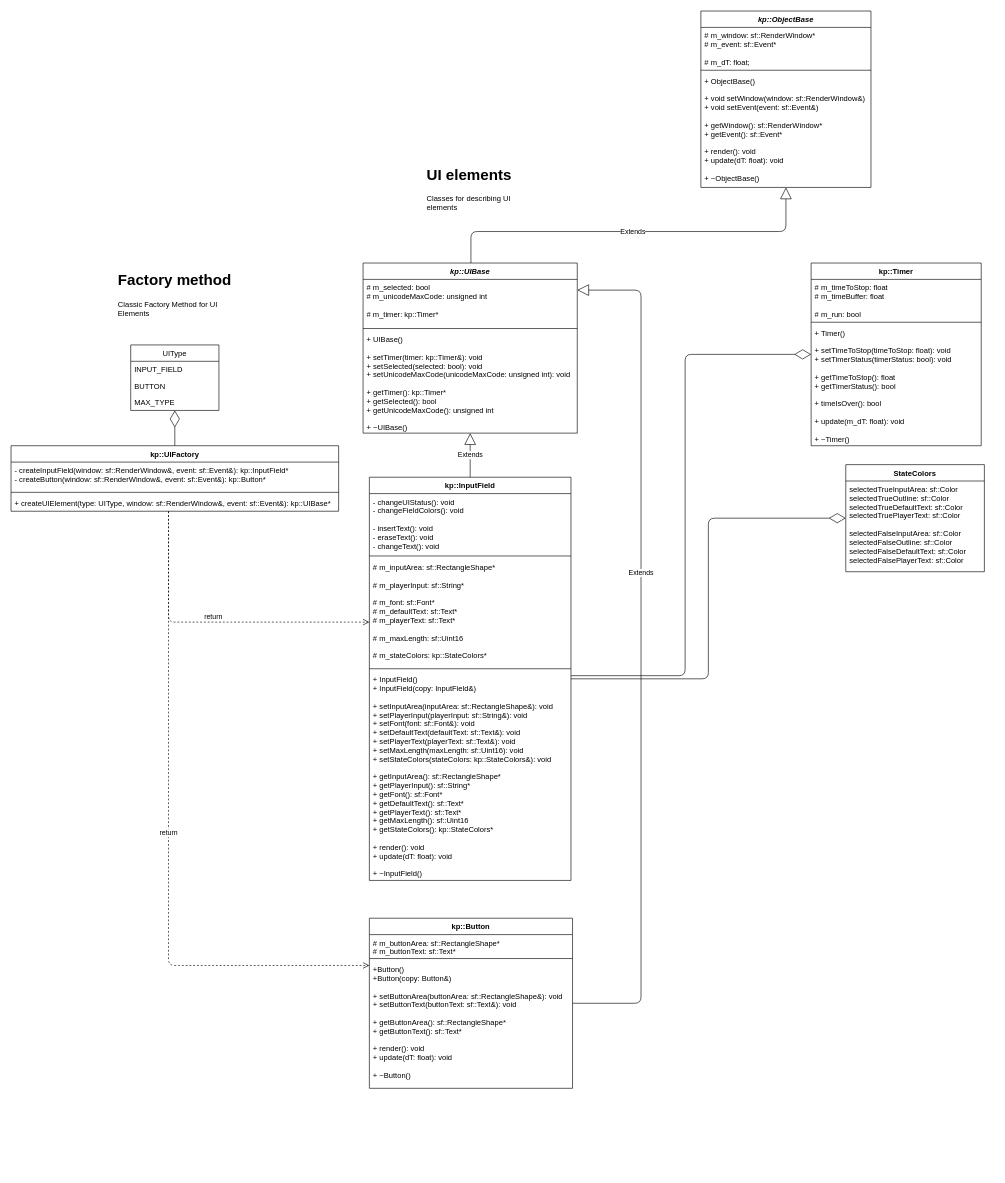
This is diagrams/class_diagram.drawio from kolyshek/to_the_bottom_sfml, a draw.io file, before an edit. Source tidied: cells renumbered, new cells numbered last; positions are measured from the earlier drawing's top-left corner, leaving out a move shared by most shapes. Both pictures are drawn from the tidied source at 63%, with x=0, y=0 at pixel (11, 11).
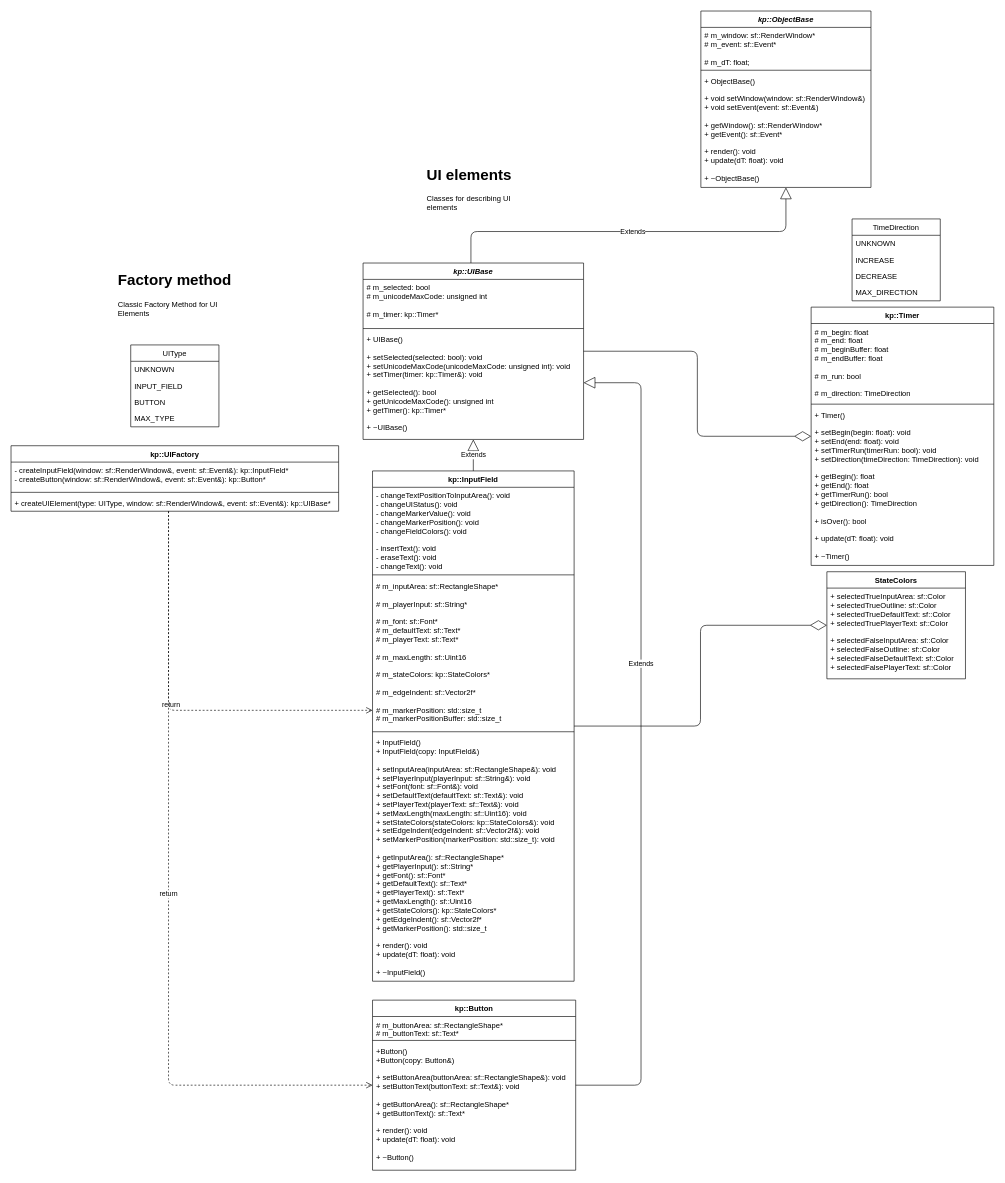
After the change.

Commit message (it also covers changes not shown here):
Updating the InputFeld Class and Companion Classes

Unchanged cells that the change refers to:
```xml
<mxCell id="20" value="kp::UIFactory" style="swimlane;fontStyle=1;align=center;verticalAlign=top;horizontal=1;startSize=26;" parent="1" vertex="1">
  <mxGeometry y="690" width="520" height="104" as="geometry" />
</mxCell>
```

Change to the diagram source:
```diff
@@
     <mxCell id="6" value="kp::UIBase" style="swimlane;fontStyle=3;align=center;verticalAlign=top;horizontal=1;startSize=26;" parent="1" vertex="1">
-      <mxGeometry x="558.8" y="400" width="340" height="270" as="geometry" />
+      <mxGeometry x="558.8" y="400" width="350" height="280" as="geometry" />
     </mxCell>
     <mxCell id="7" value="# m_selected: bool&#10;# m_unicodeMaxCode: unsigned int&#10;&#10;# m_timer: kp::Timer*" style="text;strokeColor=none;fillColor=none;align=left;verticalAlign=top;spacingLeft=4;spacingRight=4;overflow=hidden;" parent="6" vertex="1">
-      <mxGeometry y="26" width="340" height="74" as="geometry" />
+      <mxGeometry y="26" width="350" height="74" as="geometry" />
     </mxCell>
     <mxCell id="8" style="line;strokeWidth=1;fillColor=none;align=left;verticalAlign=middle;spacingTop=-1;spacingLeft=3;spacingRight=3;labelPosition=right;" parent="6" vertex="1">
-      <mxGeometry y="100" width="340" height="8" as="geometry" />
+      <mxGeometry y="100" width="350" height="8" as="geometry" />
     </mxCell>
-    <mxCell id="9" value="+ UIBase()&#10;&#10;+ setTimer(timer: kp::Timer&amp;): void&#10;+ setSelected(selected: bool): void&#10;+ setUnicodeMaxCode(unicodeMaxCode: unsigned int): void&#10;&#10;+ getTimer(): kp::Timer*&#10;+ getSelected(): bool&#10;+ getUnicodeMaxCode(): unsigned int&#10;&#10;+ ~UIBase()" style="text;strokeColor=none;fillColor=none;align=left;verticalAlign=top;spacingLeft=4;spacingRight=4;overflow=hidden;" parent="6" vertex="1">
-      <mxGeometry y="108" width="340" height="162" as="geometry" />
+    <mxCell id="9" value="+ UIBase()&#10;&#10;+ setSelected(selected: bool): void&#10;+ setUnicodeMaxCode(unicodeMaxCode: unsigned int): void&#10;+ setTimer(timer: kp::Timer&amp;): void&#10;&#10;+ getSelected(): bool&#10;+ getUnicodeMaxCode(): unsigned int&#10;+ getTimer(): kp::Timer*&#10;&#10;+ ~UIBase()" style="text;strokeColor=none;fillColor=none;align=left;verticalAlign=top;spacingLeft=4;spacingRight=4;overflow=hidden;" parent="6" vertex="1">
+      <mxGeometry y="108" width="350" height="172" as="geometry" />
     </mxCell>
     <mxCell id="10" value="kp::InputField" style="swimlane;fontStyle=1;align=center;verticalAlign=top;horizontal=1;startSize=26;" parent="1" vertex="1">
-      <mxGeometry x="568.8" y="740" width="320" height="640" as="geometry" />
+      <mxGeometry x="573.8" y="730" width="320" height="810" as="geometry" />
     </mxCell>
-    <mxCell id="11" value="- changeUIStatus(): void&#10;- changeFieldColors(): void&#10;&#10;- insertText(): void&#10;- eraseText(): void&#10;- changeText(): void" style="text;strokeColor=none;fillColor=none;align=left;verticalAlign=top;spacingLeft=4;spacingRight=4;overflow=hidden;" parent="10" vertex="1">
-      <mxGeometry y="26" width="320" height="94" as="geometry" />
+    <mxCell id="11" value="- changeTextPositionToInputArea(): void&#10;- changeUIStatus(): void&#10;- changeMarkerValue(): void&#10;- changeMarkerPosition(): void&#10;- changeFieldColors(): void&#10;&#10;- insertText(): void&#10;- eraseText(): void&#10;- changeText(): void" style="text;strokeColor=none;fillColor=none;align=left;verticalAlign=top;spacingLeft=4;spacingRight=4;overflow=hidden;" parent="10" vertex="1">
+      <mxGeometry y="26" width="320" height="134" as="geometry" />
     </mxCell>
     <mxCell id="12" style="line;strokeWidth=1;fillColor=none;align=left;verticalAlign=middle;spacingTop=-1;spacingLeft=3;spacingRight=3;labelPosition=right;" parent="10" vertex="1">
-      <mxGeometry y="120" width="320" height="10" as="geometry" />
+      <mxGeometry y="160" width="320" height="10" as="geometry" />
     </mxCell>
-    <mxCell id="13" value="# m_inputArea: sf::RectangleShape*&#10;&#10;# m_playerInput: sf::String*&#10;&#10;# m_font: sf::Font*&#10;# m_defaultText: sf::Text*&#10;# m_playerText: sf::Text*&#10;&#10;# m_maxLength: sf::Uint16&#10;&#10;# m_stateColors: kp::StateColors*" style="text;strokeColor=none;fillColor=none;align=left;verticalAlign=top;spacingLeft=4;spacingRight=4;overflow=hidden;" parent="10" vertex="1">
-      <mxGeometry y="130" width="320" height="170" as="geometry" />
+    <mxCell id="13" value="# m_inputArea: sf::RectangleShape*&#10;&#10;# m_playerInput: sf::String*&#10;&#10;# m_font: sf::Font*&#10;# m_defaultText: sf::Text*&#10;# m_playerText: sf::Text*&#10;&#10;# m_maxLength: sf::Uint16&#10;&#10;# m_stateColors: kp::StateColors*&#10;&#10;# m_edgeIndent: sf::Vector2f*&#10;&#10;# m_markerPosition: std::size_t&#10;# m_markerPositionBuffer: std::size_t" style="text;strokeColor=none;fillColor=none;align=left;verticalAlign=top;spacingLeft=4;spacingRight=4;overflow=hidden;" parent="10" vertex="1">
+      <mxGeometry y="170" width="320" height="240" as="geometry" />
     </mxCell>
     <mxCell id="14" style="line;strokeWidth=1;fillColor=none;align=left;verticalAlign=middle;spacingTop=-1;spacingLeft=3;spacingRight=3;labelPosition=right;" parent="10" vertex="1">
-      <mxGeometry y="300" width="320" height="8" as="geometry" />
+      <mxGeometry y="410" width="320" height="8" as="geometry" />
     </mxCell>
-    <mxCell id="15" value="+ InputField()&#10;+ InputField(copy: InputField&amp;)&#10;&#10;+ setInputArea(inputArea: sf::RectangleShape&amp;): void&#10;+ setPlayerInput(playerInput: sf::String&amp;): void&#10;+ setFont(font: sf::Font&amp;): void&#10;+ setDefaultText(defaultText: sf::Text&amp;): void&#10;+ setPlayerText(playerText: sf::Text&amp;): void&#10;+ setMaxLength(maxLength: sf::Uint16): void&#10;+ setStateColors(stateColors: kp::StateColors&amp;): void&#10;&#10;+ getInputArea(): sf::RectangleShape*&#10;+ getPlayerInput(): sf::String*&#10;+ getFont(): sf::Font*&#10;+ getDefaultText(): sf::Text*&#10;+ getPlayerText(): sf::Text*&#10;+ getMaxLength(): sf::Uint16&#10;+ getStateColors(): kp::StateColors*&#10;&#10;+ render(): void&#10;+ update(dT: float): void&#10;&#10;+ ~InputField()" style="text;strokeColor=none;fillColor=none;align=left;verticalAlign=top;spacingLeft=4;spacingRight=4;overflow=hidden;" parent="10" vertex="1">
-      <mxGeometry y="308" width="320" height="332" as="geometry" />
+    <mxCell id="15" value="+ InputField()&#10;+ InputField(copy: InputField&amp;)&#10;&#10;+ setInputArea(inputArea: sf::RectangleShape&amp;): void&#10;+ setPlayerInput(playerInput: sf::String&amp;): void&#10;+ setFont(font: sf::Font&amp;): void&#10;+ setDefaultText(defaultText: sf::Text&amp;): void&#10;+ setPlayerText(playerText: sf::Text&amp;): void&#10;+ setMaxLength(maxLength: sf::Uint16): void&#10;+ setStateColors(stateColors: kp::StateColors&amp;): void&#10;+ setEdgeIndent(edgeIndent: sf::Vector2f&amp;): void&#10;+ setMarkerPosition(markerPosition: std::size_t): void&#10;&#10;+ getInputArea(): sf::RectangleShape*&#10;+ getPlayerInput(): sf::String*&#10;+ getFont(): sf::Font*&#10;+ getDefaultText(): sf::Text*&#10;+ getPlayerText(): sf::Text*&#10;+ getMaxLength(): sf::Uint16&#10;+ getStateColors(): kp::StateColors*&#10;+ getEdgeIndent(): sf::Vector2f*&#10;+ getMarkerPosition(): std::size_t&#10;&#10;+ render(): void&#10;+ update(dT: float): void&#10;&#10;+ ~InputField()" style="text;strokeColor=none;fillColor=none;align=left;verticalAlign=top;spacingLeft=4;spacingRight=4;overflow=hidden;" parent="10" vertex="1">
+      <mxGeometry y="418" width="320" height="392" as="geometry" />
     </mxCell>
     <mxCell id="16" value="kp::Button" style="swimlane;fontStyle=1;align=center;verticalAlign=top;horizontal=1;startSize=26;" parent="1" vertex="1">
-      <mxGeometry x="568.8" y="1440" width="322.5" height="270" as="geometry" />
+      <mxGeometry x="573.8" y="1570" width="322.5" height="270" as="geometry" />
     </mxCell>
@@
     <mxCell id="26" value="Extends" style="endArrow=block;endSize=16;endFill=0;html=1;edgeStyle=orthogonalEdgeStyle;" parent="1" edge="1" source="16" target="6">
       <mxGeometry x="0.18" relative="1" as="geometry">
         <Array as="points">
-          <mxPoint x="1000" y="1575" />
-          <mxPoint x="1000" y="443" />
+          <mxPoint x="1000" y="1705" />
+          <mxPoint x="1000" y="590" />
         </Array>
       </mxGeometry>
     </mxCell>
     <mxCell id="27" value="return" style="html=1;verticalAlign=bottom;endArrow=open;dashed=1;endSize=8;edgeStyle=orthogonalEdgeStyle;" parent="1" edge="1" source="20" target="10">
       <mxGeometry relative="1" as="geometry">
         <Array as="points">
-          <mxPoint x="250" y="970" />
+          <mxPoint x="250" y="1110" />
         </Array>
       </mxGeometry>
     </mxCell>
     <mxCell id="28" value="return" style="html=1;verticalAlign=bottom;endArrow=open;dashed=1;endSize=8;edgeStyle=orthogonalEdgeStyle;" parent="1" edge="1" source="20" target="16">
       <mxGeometry relative="1" as="geometry">
         <Array as="points">
-          <mxPoint x="250" y="1515" />
+          <mxPoint x="250" y="1705" />
         </Array>
       </mxGeometry>
     </mxCell>
     <mxCell id="29" value="UIType" style="swimlane;fontStyle=0;horizontal=1;startSize=26;fillColor=none;" parent="1" vertex="1">
-      <mxGeometry x="190" y="530" width="140" height="104" as="geometry" />
+      <mxGeometry x="190" y="530" width="140" height="130" as="geometry" />
     </mxCell>
+    <mxCell id="44" value="UNKNOWN" style="text;strokeColor=none;fillColor=none;align=left;verticalAlign=top;spacingLeft=4;spacingRight=4;overflow=hidden;" parent="29" vertex="1">
+      <mxGeometry y="26" width="140" height="26" as="geometry" />
+    </mxCell>
     <mxCell id="30" value="INPUT_FIELD" style="text;strokeColor=none;fillColor=none;align=left;verticalAlign=top;spacingLeft=4;spacingRight=4;overflow=hidden;" parent="29" vertex="1">
-      <mxGeometry y="26" width="140" height="26" as="geometry" />
+      <mxGeometry y="52" width="140" height="26" as="geometry" />
     </mxCell>
     <mxCell id="31" value="BUTTON" style="text;strokeColor=none;fillColor=none;align=left;verticalAlign=top;spacingLeft=4;spacingRight=4;overflow=hidden;" parent="29" vertex="1">
-      <mxGeometry y="52" width="140" height="26" as="geometry" />
+      <mxGeometry y="78" width="140" height="26" as="geometry" />
     </mxCell>
     <mxCell id="32" value="MAX_TYPE" style="text;strokeColor=none;fillColor=none;align=left;verticalAlign=top;spacingLeft=4;spacingRight=4;overflow=hidden;" parent="29" vertex="1">
-      <mxGeometry y="78" width="140" height="26" as="geometry" />
+      <mxGeometry y="104" width="140" height="26" as="geometry" />
     </mxCell>
@@
     <mxCell id="35" value="kp::Timer" style="swimlane;fontStyle=1;align=center;verticalAlign=top;horizontal=1;startSize=26;fillColor=none;" parent="1" vertex="1">
-      <mxGeometry x="1270" y="400" width="270" height="290" as="geometry" />
+      <mxGeometry x="1270" y="470" width="290" height="410" as="geometry" />
     </mxCell>
-    <mxCell id="36" value="# m_timeToStop: float&#10;# m_timeBuffer: float&#10;&#10;# m_run: bool" style="text;strokeColor=none;fillColor=none;align=left;verticalAlign=top;spacingLeft=4;spacingRight=4;overflow=hidden;" parent="35" vertex="1">
-      <mxGeometry y="26" width="270" height="64" as="geometry" />
+    <mxCell id="36" value="# m_begin: float&#10;# m_end: float&#10;# m_beginBuffer: float&#10;&#9;&#9;# m_endBuffer: float&#10;&#10;# m_run: bool&#10;&#10;# m_direction: TimeDirection" style="text;strokeColor=none;fillColor=none;align=left;verticalAlign=top;spacingLeft=4;spacingRight=4;overflow=hidden;" parent="35" vertex="1">
+      <mxGeometry y="26" width="290" height="124" as="geometry" />
     </mxCell>
     <mxCell id="37" style="line;strokeWidth=1;fillColor=none;align=left;verticalAlign=middle;spacingTop=-1;spacingLeft=3;spacingRight=3;labelPosition=right;" parent="35" vertex="1">
-      <mxGeometry y="90" width="270" height="8" as="geometry" />
+      <mxGeometry y="150" width="290" height="8" as="geometry" />
     </mxCell>
-    <mxCell id="38" value="+ Timer()&#10;&#10;+ setTimeToStop(timeToStop: float): void&#10;+ setTimerStatus(timerStatus: bool): void&#10;&#10;+ getTimeToStop(): float&#10;+ getTimerStatus(): bool&#10;&#10;+ timeIsOver(): bool&#10;&#10;+ update(m_dT: float): void&#10;&#10;+ ~Timer()" style="text;strokeColor=none;fillColor=none;align=left;verticalAlign=top;spacingLeft=4;spacingRight=4;overflow=hidden;" parent="35" vertex="1">
-      <mxGeometry y="98" width="270" height="192" as="geometry" />
+    <mxCell id="38" value="+ Timer()&#10;&#10;+ setBegin(begin: float): void&#10;+ setEnd(end: float): void&#10;+ setTimerRun(timerRun: bool): void&#10;+ setDirection(timeDirection: TimeDirection): void&#10;&#10;+ getBegin(): float&#10;+ getEnd(): float&#10;+ getTimerRun(): bool&#10;+ getDirection(): TimeDirection&#10;&#10;+ isOver(): bool&#10;&#10;+ update(dT: float): void&#10;&#10;+ ~Timer()" style="text;strokeColor=none;fillColor=none;align=left;verticalAlign=top;spacingLeft=4;spacingRight=4;overflow=hidden;" parent="35" vertex="1">
+      <mxGeometry y="158" width="290" height="252" as="geometry" />
     </mxCell>
     <mxCell id="39" value="StateColors" style="swimlane;fontStyle=1;align=center;verticalAlign=top;horizontal=1;startSize=26;" parent="1" vertex="1">
-      <mxGeometry x="1325" y="720" width="220" height="170" as="geometry" />
+      <mxGeometry x="1295" y="890" width="220" height="170" as="geometry" />
     </mxCell>
-    <mxCell id="40" value="selectedTrueInputArea: sf::Color&#10;selectedTrueOutline: sf::Color&#10;selectedTrueDefaultText: sf::Color&#10;selectedTruePlayerText: sf::Color&#10;&#10;selectedFalseInputArea: sf::Color&#10;selectedFalseOutline: sf::Color&#10;selectedFalseDefaultText: sf::Color&#10;selectedFalsePlayerText: sf::Color" style="text;strokeColor=none;fillColor=none;align=left;verticalAlign=top;spacingLeft=4;spacingRight=4;overflow=hidden;" parent="39" vertex="1">
+    <mxCell id="40" value="+ selectedTrueInputArea: sf::Color&#10;+ selectedTrueOutline: sf::Color&#10;+ selectedTrueDefaultText: sf::Color&#10;+ selectedTruePlayerText: sf::Color&#10;&#10;+ selectedFalseInputArea: sf::Color&#10;+ selectedFalseOutline: sf::Color&#10;+ selectedFalseDefaultText: sf::Color&#10;+ selectedFalsePlayerText: sf::Color" style="text;strokeColor=none;fillColor=none;align=left;verticalAlign=top;spacingLeft=4;spacingRight=4;overflow=hidden;" parent="39" vertex="1">
       <mxGeometry y="26" width="220" height="144" as="geometry" />
     </mxCell>
@@
-    <mxCell id="42" style="endArrow=diamondThin;endFill=0;endSize=24;html=1;edgeStyle=orthogonalEdgeStyle;" parent="1" edge="1" source="10" target="35">
-      <mxGeometry relative="1" as="geometry">
-        <Array as="points">
-          <mxPoint x="1070" y="1055" />
-          <mxPoint x="1070" y="545" />
-        </Array>
-      </mxGeometry>
+    <mxCell id="42" style="endArrow=diamondThin;endFill=0;endSize=24;html=1;edgeStyle=orthogonalEdgeStyle;" parent="1" edge="1" source="6" target="35">
+      <mxGeometry relative="1" as="geometry" />
     </mxCell>
-    <mxCell id="43" style="endArrow=diamondThin;endFill=0;endSize=24;html=1;edgeStyle=orthogonalEdgeStyle;" parent="1" edge="1" source="20" target="29">
-      <mxGeometry relative="1" as="geometry" />
-    </mxCell>
+    <mxCell id="45" value="TimeDirection" style="swimlane;fontStyle=0;horizontal=1;startSize=26;fillColor=none;" parent="1" vertex="1">
+      <mxGeometry x="1335" y="330" width="140" height="130" as="geometry" />
+    </mxCell>
+    <mxCell id="46" value="UNKNOWN" style="text;strokeColor=none;fillColor=none;align=left;verticalAlign=top;spacingLeft=4;spacingRight=4;overflow=hidden;" parent="45" vertex="1">
+      <mxGeometry y="26" width="140" height="26" as="geometry" />
+    </mxCell>
+    <mxCell id="47" value="INCREASE" style="text;strokeColor=none;fillColor=none;align=left;verticalAlign=top;spacingLeft=4;spacingRight=4;overflow=hidden;" parent="45" vertex="1">
+      <mxGeometry y="52" width="140" height="26" as="geometry" />
+    </mxCell>
+    <mxCell id="48" value="DECREASE" style="text;strokeColor=none;fillColor=none;align=left;verticalAlign=top;spacingLeft=4;spacingRight=4;overflow=hidden;" parent="45" vertex="1">
+      <mxGeometry y="78" width="140" height="26" as="geometry" />
+    </mxCell>
+    <mxCell id="49" value="MAX_DIRECTION" style="text;strokeColor=none;fillColor=none;align=left;verticalAlign=top;spacingLeft=4;spacingRight=4;overflow=hidden;" parent="45" vertex="1">
+      <mxGeometry y="104" width="140" height="26" as="geometry" />
+    </mxCell>
```
